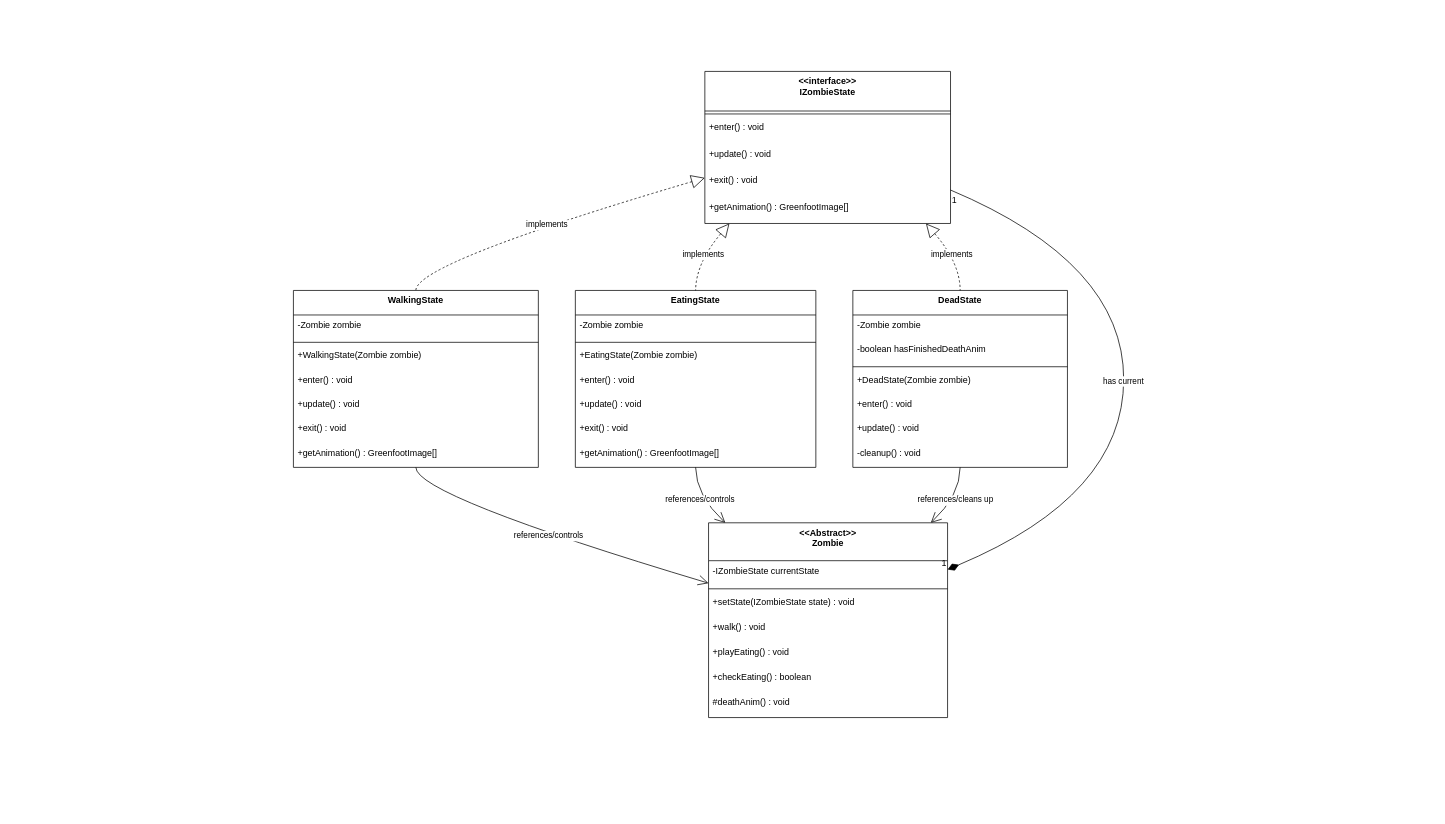
This is doc/7BehaviorStateZombie.drawio from KietAnhCS/Plants-vs-Zombies, a draw.io file, before an edit. Source tidied: cells renumbered, new cells numbered last; positions are measured from the earlier drawing's top-left corner, leaving out a move shared by most shapes. Both pictures are drawn from the tidied source at 74%, with x=0, y=0 at pixel (293, 71).
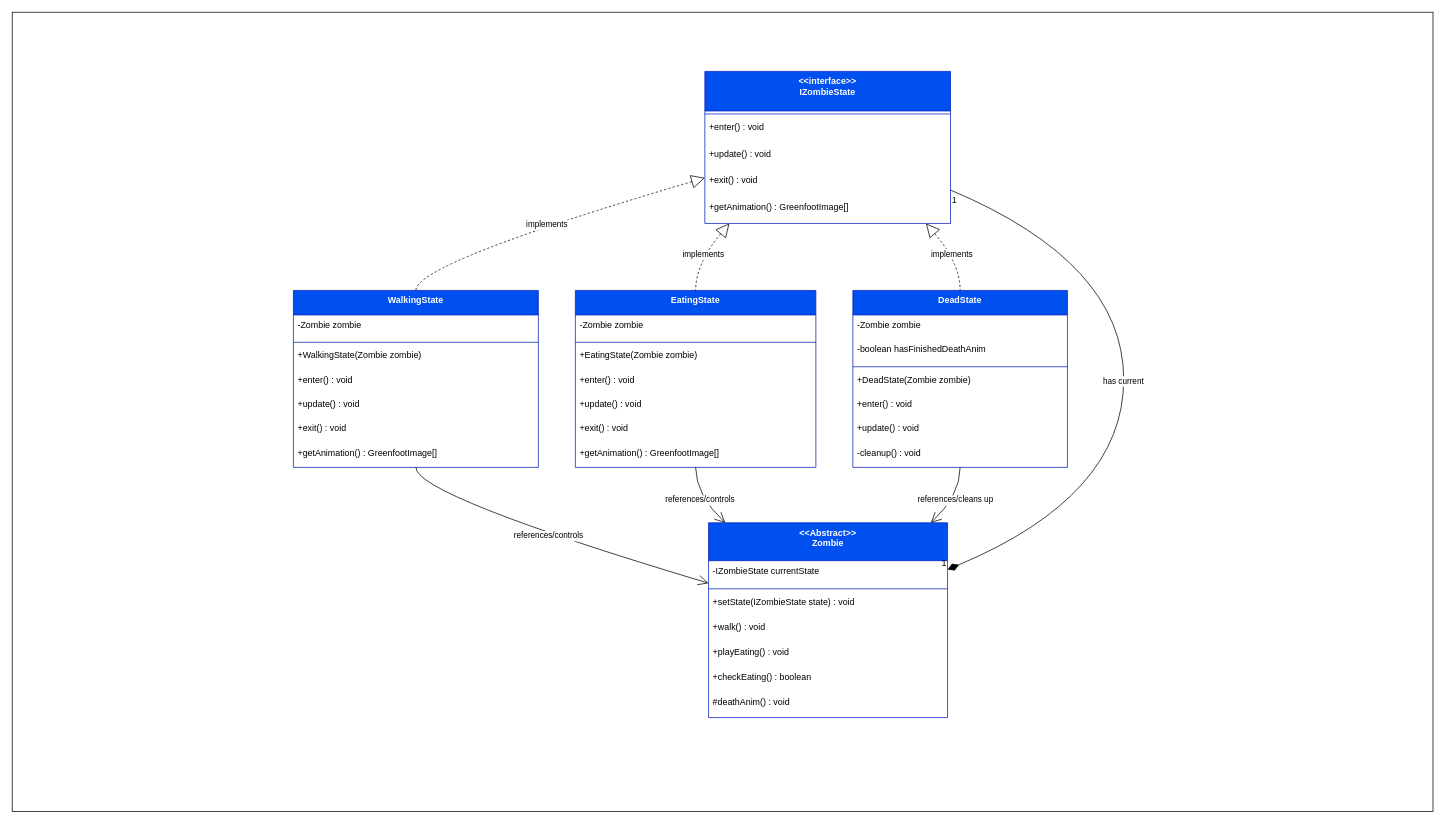
After the change.

What changed in the source:
```diff
@@
+    <mxCell id="49" style="rounded=0;whiteSpace=wrap;html=1;" parent="1" vertex="1">
+      <mxGeometry x="-380" y="-80" width="1920" height="1080" as="geometry" />
+    </mxCell>
-    <mxCell id="2" value="&lt;&lt;interface&gt;&gt;&#10;IZombieState" style="swimlane;fontStyle=1;align=center;verticalAlign=top;horizontal=1;startSize=53.5;" parent="1" vertex="1">
+    <mxCell id="2" value="&lt;&lt;interface&gt;&gt;&#10;IZombieState" style="swimlane;fontStyle=1;align=center;verticalAlign=top;horizontal=1;startSize=53.5;fillColor=#0050ef;fontColor=#ffffff;strokeColor=#001DBC;" parent="1" vertex="1">
       <mxGeometry x="556" width="332" height="205.5" as="geometry" />
     </mxCell>
@@
-    <mxCell id="8" value="WalkingState" style="swimlane;fontStyle=1;align=center;verticalAlign=top;horizontal=1;startSize=33.142857142857146;" parent="1" vertex="1">
+    <mxCell id="8" value="WalkingState" style="swimlane;fontStyle=1;align=center;verticalAlign=top;horizontal=1;startSize=33.142857142857146;fillColor=#0050ef;fontColor=#ffffff;strokeColor=#001DBC;" parent="1" vertex="1">
       <mxGeometry y="296" width="331" height="239.1" as="geometry" />
     </mxCell>
@@
-    <mxCell id="16" value="EatingState" style="swimlane;fontStyle=1;align=center;verticalAlign=top;horizontal=1;startSize=33.142857142857146;" parent="1" vertex="1">
+    <mxCell id="16" value="EatingState" style="swimlane;fontStyle=1;align=center;verticalAlign=top;horizontal=1;startSize=33.142857142857146;fillColor=#0050ef;fontColor=#ffffff;strokeColor=#001DBC;" parent="1" vertex="1">
       <mxGeometry x="381" y="296" width="325" height="239.1" as="geometry" />
     </mxCell>
@@
-    <mxCell id="24" value="DeadState" style="swimlane;fontStyle=1;align=center;verticalAlign=top;horizontal=1;startSize=33.142857142857146;" parent="1" vertex="1">
+    <mxCell id="24" value="DeadState" style="swimlane;fontStyle=1;align=center;verticalAlign=top;horizontal=1;startSize=33.142857142857146;fillColor=#0050ef;fontColor=#ffffff;strokeColor=#001DBC;" parent="1" vertex="1">
       <mxGeometry x="756" y="296" width="290" height="239.1" as="geometry" />
     </mxCell>
@@
-    <mxCell id="32" value="&lt;&lt;Abstract&gt;&gt;&#10;Zombie" style="swimlane;fontStyle=1;align=center;verticalAlign=top;horizontal=1;startSize=51.2;" parent="1" vertex="1">
+    <mxCell id="32" value="&lt;&lt;Abstract&gt;&gt;&#10;Zombie" style="swimlane;fontStyle=1;align=center;verticalAlign=top;horizontal=1;startSize=51.2;fillColor=#0050ef;fontColor=#ffffff;strokeColor=#001DBC;" parent="1" vertex="1">
       <mxGeometry x="561" y="610" width="323" height="263.2" as="geometry" />
     </mxCell>
```
